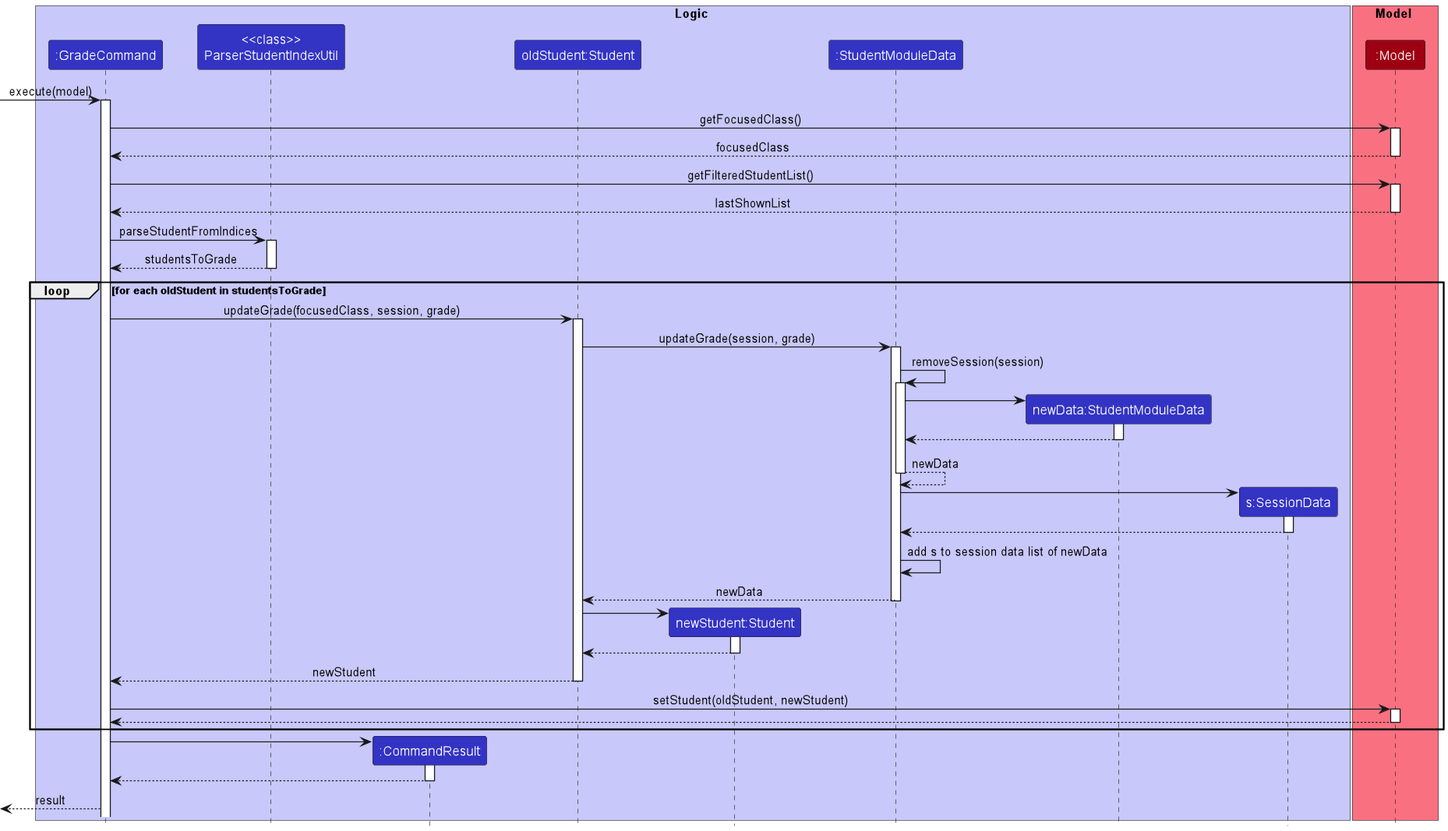
Before: docs/images/GradeCommandSequenceDiagram.png, a diagram exported from PlantUML (nus-cs2103-AY2223S1/tp).
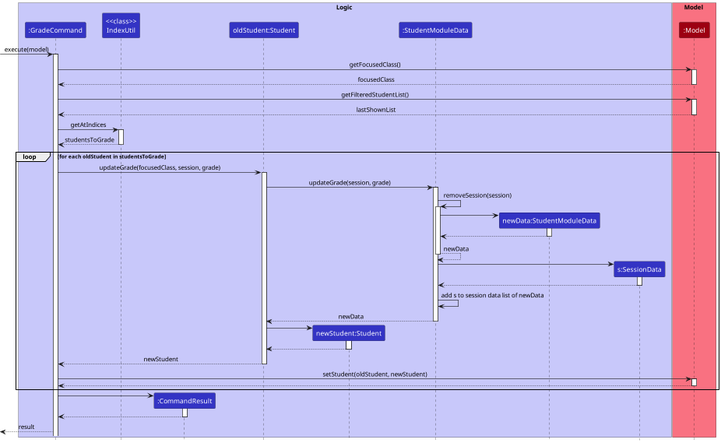
Later version of the same file.

What changed in the source:
```diff
@@ -3,7 +3,7 @@
 
 box Logic LOGIC_COLOR_T1
 participant ":GradeCommand" as GradeCommand LOGIC_COLOR
-participant "<<class>>\nParserStudentIndexUtil" as Util LOGIC_COLOR
+participant "<<class>>\nIndexUtil" as Util LOGIC_COLOR
 participant ":CommandResult" as CommandResult LOGIC_COLOR
 participant "oldStudent:Student" as OldStudent LOGIC_COLOR
 participant "newStudent:Student" as Student LOGIC_COLOR
@@ -29,7 +29,7 @@
 Model --> GradeCommand: lastShownList
 deactivate Model
 
-GradeCommand -> Util: parseStudentFromIndices
+GradeCommand -> Util: getAtIndices
 activate Util
 Util --> GradeCommand: studentsToGrade
 deactivate Util
```
